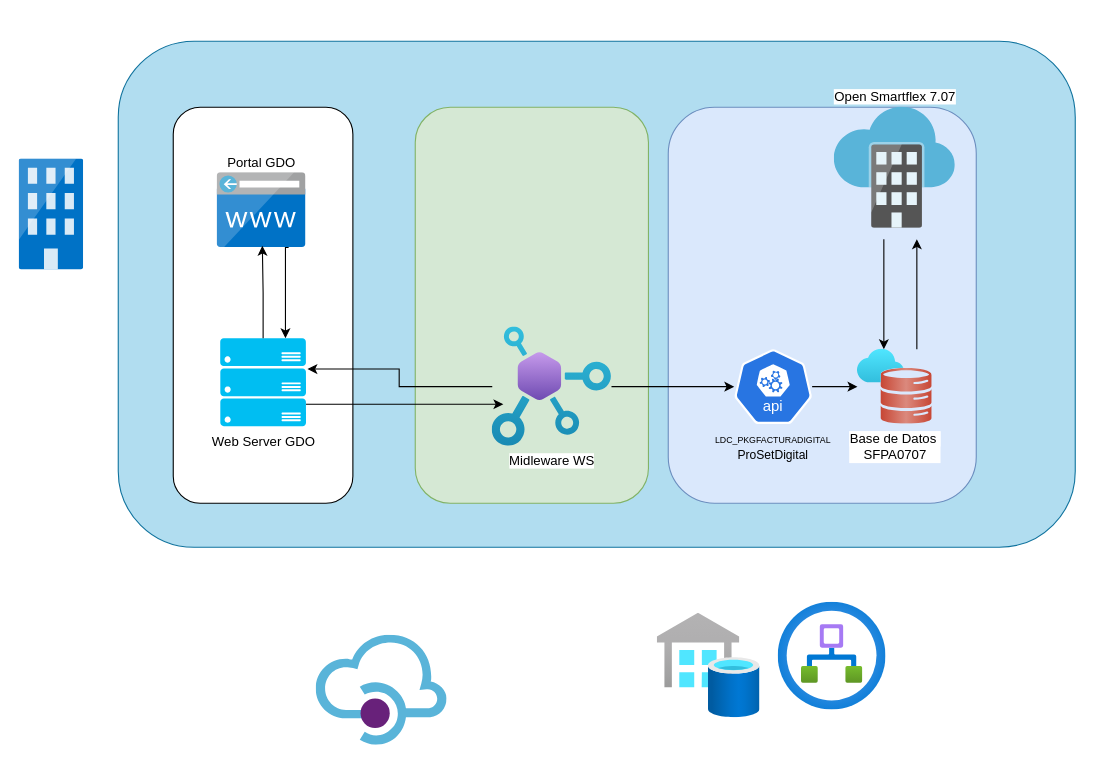
This is Diagrama_Diseño_Aranda_1472.drawio from danieltm1987/Design_arandas_Horbath, a draw.io file, before an edit. Source tidied: cells renumbered, new cells numbered last; positions are measured from the earlier drawing's top-left corner, leaving out a move shared by most shapes. Both pictures are drawn from the tidied source at 110%, with x=0, y=0 at pixel (19, 41).
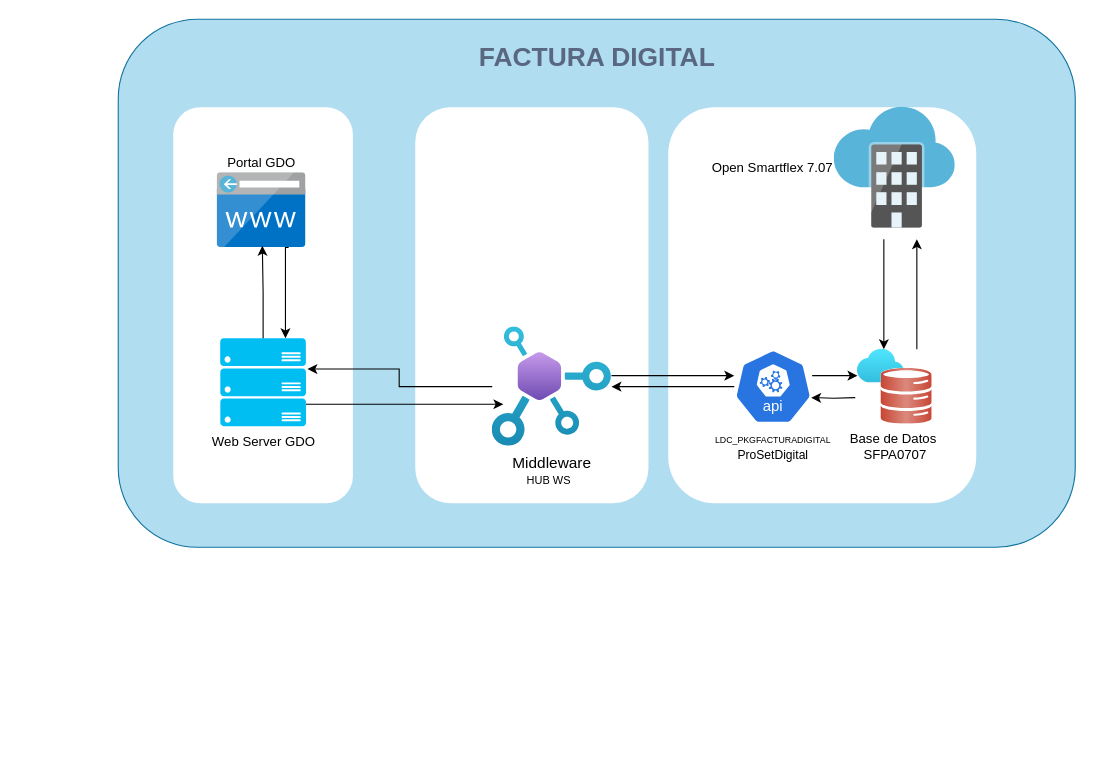
The same diagram, later.

The change refers to these unchanged cells:
```xml
<mxCell id="10" value="&lt;span style=&quot;background-color: light-dark(#ffffff, var(--ge-dark-color, #121212)); color: light-dark(rgb(0, 0, 0), rgb(255, 255, 255));&quot;&gt;Base de Datos&lt;/span&gt;&lt;span style=&quot;background-color: light-dark(#ffffff, var(--ge-dark-color, #121212)); color: light-dark(rgb(0, 0, 0), rgb(255, 255, 255));&quot;&gt;&amp;nbsp;&lt;/span&gt;&lt;div&gt;&lt;div&gt;&lt;span style=&quot;background-color: light-dark(#ffffff, var(--ge-dark-color, #121212)); color: light-dark(rgb(0, 0, 0), rgb(255, 255, 255));&quot;&gt;SFPA0707&lt;/span&gt;&lt;/div&gt;&lt;/div&gt;" style="image;html=1;points=[];align=center;fontSize=12;image=img/lib/azure2/databases/Oracle_Database.svg;imageBackground=none;" parent="1" vertex="1">
  <mxGeometry x="762" y="280" width="68" height="68" as="geometry" />
</mxCell>
<mxCell id="12" value="&lt;font style=&quot;&quot;&gt;&lt;font style=&quot;font-size: 8px;&quot;&gt;LDC_PKGFACTURADIGITAL&lt;/font&gt;&lt;/font&gt;&lt;div&gt;&lt;font style=&quot;font-size: 11px;&quot;&gt;&lt;span style=&quot;background-color: transparent; color: light-dark(rgb(0, 0, 0), rgb(255, 255, 255));&quot;&gt;ProSetDigital&lt;/span&gt;&lt;/font&gt;&lt;/div&gt;" style="sketch=0;html=1;dashed=0;whitespace=wrap;verticalLabelPosition=bottom;verticalAlign=top;fillColor=#2875E2;strokeColor=#ffffff;points=[[0.005,0.63,0],[0.1,0.2,0],[0.9,0.2,0],[0.5,0,0],[0.995,0.63,0],[0.72,0.99,0],[0.5,1,0],[0.28,0.99,0]];shape=mxgraph.kubernetes.icon2;kubernetesLabel=1;prIcon=api;" parent="1" vertex="1">
  <mxGeometry x="650" y="280" width="70.8" height="68" as="geometry" />
</mxCell>
```

The edit, as a diff of the source:
```diff
@@
     <mxCell id="2" style="rounded=1;whiteSpace=wrap;html=1;fillColor=#b1ddf0;strokeColor=#10739e;" parent="1" vertex="1">
-      <mxGeometry x="90" width="870" height="460" as="geometry" />
+      <mxGeometry x="90" y="-20" width="870" height="480" as="geometry" />
     </mxCell>
-    <mxCell id="3" style="rounded=1;whiteSpace=wrap;html=1;direction=south;strokeColor=#6c8ebf;fillColor=#dae8fc;" parent="1" vertex="1">
+    <mxCell id="3" style="rounded=1;whiteSpace=wrap;html=1;direction=south;strokeColor=none;" parent="1" vertex="1">
       <mxGeometry x="590" y="60" width="280" height="360" as="geometry" />
     </mxCell>
-    <mxCell id="4" value="Open Smartflex 7.07" style="image;sketch=0;html=1;align=center;fontSize=12;image=img/lib/mscae/Software_as_a_Service.svg;labelPosition=center;verticalLabelPosition=top;verticalAlign=bottom;" parent="1" vertex="1">
+    <mxCell id="4" value="Open Smartflex 7.07" style="image;sketch=0;html=1;align=right;fontSize=12;image=img/lib/mscae/Software_as_a_Service.svg;labelPosition=left;verticalLabelPosition=middle;verticalAlign=middle;spacingLeft=3;" parent="1" vertex="1">
       <mxGeometry x="741" y="60" width="110" height="110" as="geometry" />
     </mxCell>
-    <mxCell id="5" style="image;html=1;align=center;fontSize=12;image=img/lib/azure2/integration/Integration_Service_Environments.svg;" parent="1" vertex="1">
-      <mxGeometry x="690" y="510" width="98" height="98" as="geometry" />
-    </mxCell>
-    <mxCell id="6" style="image;sketch=0;html=1;align=center;fontSize=12;image=img/lib/mscae/API_Management.svg;" parent="1" vertex="1">
-      <mxGeometry x="270" y="540" width="119" height="100" as="geometry" />
-    </mxCell>
-    <mxCell id="7" style="image;sketch=0;html=1;align=center;fontSize=12;image=img/lib/mscae/Exchange_On_premises_Access.svg;" parent="1" vertex="1">
-      <mxGeometry y="107" width="58.6" height="101" as="geometry" />
-    </mxCell>
-    <mxCell id="8" style="image;html=1;align=center;fontSize=12;image=img/lib/azure2/integration/SQL_Data_Warehouses.svg;" parent="1" vertex="1">
-      <mxGeometry x="580" y="520" width="93.5" height="95" as="geometry" />
-    </mxCell>
@@
-    <mxCell id="11" style="edgeStyle=orthogonalEdgeStyle;rounded=0;jettySize=auto;html=1;" parent="1" edge="1" source="12" target="10">
-      <mxGeometry relative="1" as="geometry" />
+    <mxCell id="11" style="edgeStyle=orthogonalEdgeStyle;rounded=0;orthogonalLoop=1;jettySize=auto;html=1;" parent="1" edge="1">
+      <mxGeometry relative="1" as="geometry">
+        <mxPoint x="720.8" y="304" as="sourcePoint" />
+        <mxPoint x="762" y="304" as="targetPoint" />
+      </mxGeometry>
     </mxCell>
@@
-    <mxCell id="13" style="rounded=1;whiteSpace=wrap;html=1;direction=south;strokeColor=#82b366;fillColor=#d5e8d4;" parent="1" vertex="1">
+    <mxCell id="13" style="rounded=1;whiteSpace=wrap;html=1;direction=south;strokeColor=none;" parent="1" vertex="1">
       <mxGeometry x="360" y="60" width="212" height="360" as="geometry" />
     </mxCell>
-    <mxCell id="14" style="edgeStyle=orthogonalEdgeStyle;rounded=0;jettySize=auto;html=1;" parent="1" edge="1" source="15" target="12">
-      <mxGeometry relative="1" as="geometry" />
+    <mxCell id="14" style="edgeStyle=orthogonalEdgeStyle;rounded=0;orthogonalLoop=1;jettySize=auto;html=1;" parent="1" edge="1">
+      <mxGeometry relative="1" as="geometry">
+        <mxPoint x="538.4" y="304" as="sourcePoint" />
+        <mxPoint x="650" y="304" as="targetPoint" />
+      </mxGeometry>
     </mxCell>
-    <mxCell id="15" value="Midleware WS" style="image;html=1;points=[];align=center;fontSize=12;image=img/lib/azure2/web/API_Center.svg;" parent="1" vertex="1">
+    <mxCell id="15" value="&lt;font style=&quot;font-size: 14px;&quot;&gt;Middleware&lt;/font&gt;&lt;div&gt;&lt;font style=&quot;font-size: 10px;&quot;&gt;HUB WS&amp;nbsp;&amp;nbsp;&lt;/font&gt;&lt;/div&gt;" style="image;html=1;points=[];align=center;fontSize=12;image=img/lib/azure2/web/API_Center.svg;" parent="1" vertex="1">
       <mxGeometry x="430" y="259.8" width="108.4" height="108.4" as="geometry" />
     </mxCell>
-    <mxCell id="16" style="rounded=1;whiteSpace=wrap;html=1;direction=south;" parent="1" vertex="1">
+    <mxCell id="16" style="rounded=1;whiteSpace=wrap;html=1;direction=south;strokeColor=none;" parent="1" vertex="1">
       <mxGeometry x="140" y="60" width="163.3" height="360" as="geometry" />
     </mxCell>
@@
+    <mxCell id="24" style="edgeStyle=orthogonalEdgeStyle;rounded=0;jettySize=auto;html=1;" parent="1" edge="1" source="12" target="15">
+      <mxGeometry relative="1" as="geometry" />
+    </mxCell>
+    <mxCell id="25" style="edgeStyle=orthogonalEdgeStyle;rounded=0;orthogonalLoop=1;jettySize=auto;html=1;entryX=0.847;entryY=0.5;entryDx=0;entryDy=0;entryPerimeter=0;" parent="1" edge="1">
+      <mxGeometry relative="1" as="geometry">
+        <mxPoint x="760" y="324" as="sourcePoint" />
+        <mxPoint x="720" y="324" as="targetPoint" />
+      </mxGeometry>
+    </mxCell>
+    <mxCell id="26" value="&lt;font style=&quot;font-size: 24px;&quot;&gt;FACTURA DIGITAL&lt;/font&gt;" style="dashed=0;html=1;fillColor=none;strokeColor=none;align=center;rounded=1;arcSize=10;fontColor=#596780;fontStyle=1;fontSize=11;shadow=0;" parent="1" vertex="1">
+      <mxGeometry x="400" y="-10" width="250" height="50" as="geometry" />
+    </mxCell>
```
